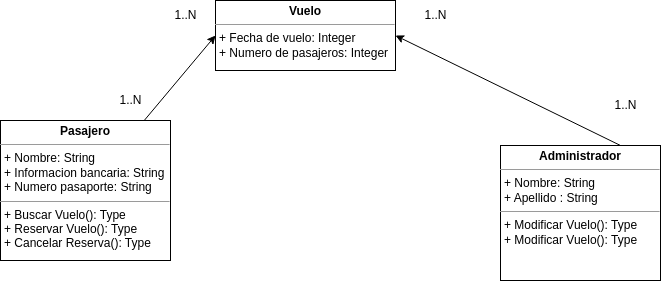
Before: Casos de uso/Reserva_de_vuelos/Diagrama clase.drawio.png, a diagram exported from draw.io (JVC0/ETS). Source tidied: cells renumbered, new cells last; positions are measured from the earlier drawing's top-left corner, leaving out a move shared by most shapes.
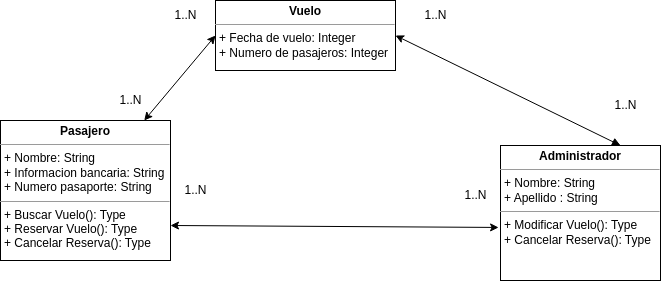
Above is the later version.

Diff of the diagram source:
```diff
@@ -2,7 +2,7 @@
   <root>
     <mxCell id="0" />
     <mxCell id="1" parent="0" />
-    <mxCell id="2" style="edgeStyle=none;html=1;entryX=0;entryY=0.5;entryDx=0;entryDy=0;" parent="1" edge="1" source="3" target="4">
+    <mxCell id="2" style="edgeStyle=none;html=1;entryX=0;entryY=0.5;entryDx=0;entryDy=0;startArrow=classic;startFill=1;" parent="1" edge="1" source="3" target="4">
       <mxGeometry relative="1" as="geometry" />
     </mxCell>
     <mxCell id="3" value="&lt;p style=&quot;margin:0px;margin-top:4px;text-align:center;&quot;&gt;&lt;b&gt;Pasajero&lt;/b&gt;&lt;/p&gt;&lt;hr size=&quot;1&quot;&gt;&lt;p style=&quot;margin:0px;margin-left:4px;&quot;&gt;+ Nombre: String&lt;/p&gt;&lt;p style=&quot;margin:0px;margin-left:4px;&quot;&gt;+ Informacion bancaria: String&lt;br&gt;&lt;/p&gt;&lt;p style=&quot;margin:0px;margin-left:4px;&quot;&gt;+ Numero pasaporte: String&lt;br&gt;&lt;/p&gt;&lt;hr size=&quot;1&quot;&gt;&lt;p style=&quot;margin:0px;margin-left:4px;&quot;&gt;+ Buscar Vuelo(): Type&lt;/p&gt;&lt;p style=&quot;margin:0px;margin-left:4px;&quot;&gt;+ Reservar Vuelo(): Type&lt;br&gt;&lt;/p&gt;&lt;p style=&quot;margin:0px;margin-left:4px;&quot;&gt;+ Cancelar Reserva(): Type&lt;br&gt;&lt;/p&gt;" style="verticalAlign=top;align=left;overflow=fill;fontSize=12;fontFamily=Helvetica;html=1;" parent="1" vertex="1">
@@ -11,10 +11,10 @@
     <mxCell id="4" value="&lt;p style=&quot;margin:0px;margin-top:4px;text-align:center;&quot;&gt;&lt;b&gt;Vuelo&lt;/b&gt;&lt;/p&gt;&lt;hr size=&quot;1&quot;&gt;&lt;p style=&quot;margin:0px;margin-left:4px;&quot;&gt;+ Fecha de vuelo: Integer&lt;/p&gt;&lt;p style=&quot;margin:0px;margin-left:4px;&quot;&gt;+ Numero de pasajeros: Integer&lt;/p&gt;&lt;p style=&quot;margin:0px;margin-left:4px;&quot;&gt;&lt;br&gt;&lt;/p&gt;" style="verticalAlign=top;align=left;overflow=fill;fontSize=12;fontFamily=Helvetica;html=1;" parent="1" vertex="1">
       <mxGeometry x="215" width="180" height="70" as="geometry" />
     </mxCell>
-    <mxCell id="5" style="edgeStyle=none;html=1;exitX=0.75;exitY=0;exitDx=0;exitDy=0;entryX=1;entryY=0.5;entryDx=0;entryDy=0;" parent="1" edge="1" source="6" target="4">
+    <mxCell id="5" style="edgeStyle=none;html=1;exitX=0.75;exitY=0;exitDx=0;exitDy=0;entryX=1;entryY=0.5;entryDx=0;entryDy=0;startArrow=block;startFill=1;" parent="1" edge="1" source="6" target="4">
       <mxGeometry relative="1" as="geometry" />
     </mxCell>
-    <mxCell id="6" value="&lt;p style=&quot;margin:0px;margin-top:4px;text-align:center;&quot;&gt;&lt;b&gt;Administrador&lt;/b&gt;&lt;/p&gt;&lt;hr size=&quot;1&quot;&gt;&lt;p style=&quot;margin:0px;margin-left:4px;&quot;&gt;+ Nombre: String&lt;/p&gt;&lt;p style=&quot;margin:0px;margin-left:4px;&quot;&gt;+ Apellido : String&lt;/p&gt;&lt;hr size=&quot;1&quot;&gt;&lt;p style=&quot;margin:0px;margin-left:4px;&quot;&gt;+ Modificar Vuelo(): Type&lt;/p&gt;&lt;p style=&quot;margin:0px;margin-left:4px;&quot;&gt;+ Modificar Vuelo(): Type&lt;br&gt;&lt;/p&gt;" style="verticalAlign=top;align=left;overflow=fill;fontSize=12;fontFamily=Helvetica;html=1;" parent="1" vertex="1">
+    <mxCell id="6" value="&lt;p style=&quot;margin:0px;margin-top:4px;text-align:center;&quot;&gt;&lt;b&gt;Administrador&lt;/b&gt;&lt;/p&gt;&lt;hr size=&quot;1&quot;&gt;&lt;p style=&quot;margin:0px;margin-left:4px;&quot;&gt;+ Nombre: String&lt;/p&gt;&lt;p style=&quot;margin:0px;margin-left:4px;&quot;&gt;+ Apellido : String&lt;/p&gt;&lt;hr size=&quot;1&quot;&gt;&lt;p style=&quot;margin:0px;margin-left:4px;&quot;&gt;+ Modificar Vuelo(): Type&lt;/p&gt;&lt;p style=&quot;margin:0px;margin-left:4px;&quot;&gt;+ Cancelar Reserva(): Type&lt;br&gt;&lt;/p&gt;" style="verticalAlign=top;align=left;overflow=fill;fontSize=12;fontFamily=Helvetica;html=1;" parent="1" vertex="1">
       <mxGeometry x="500" y="145" width="160" height="135" as="geometry" />
     </mxCell>
     <mxCell id="7" value="1..N" style="text;html=1;align=center;verticalAlign=middle;strokeColor=none;fillColor=none;" parent="1" vertex="1">
@@ -29,5 +29,14 @@
     <mxCell id="10" value="1..N" style="text;html=1;align=center;verticalAlign=middle;strokeColor=none;fillColor=none;" parent="1" vertex="1">
       <mxGeometry x="600" y="90" width="50" height="30" as="geometry" />
     </mxCell>
+    <mxCell id="11" style="edgeStyle=none;html=1;entryX=-0.012;entryY=0.607;entryDx=0;entryDy=0;startArrow=classic;startFill=1;entryPerimeter=0;exitX=1;exitY=0.75;exitDx=0;exitDy=0;" parent="1" edge="1" source="3" target="6">
+      <mxGeometry relative="1" as="geometry" />
+    </mxCell>
+    <mxCell id="12" value="1..N" style="text;html=1;align=center;verticalAlign=middle;strokeColor=none;fillColor=none;" parent="1" vertex="1">
+      <mxGeometry x="450" y="180" width="50" height="30" as="geometry" />
+    </mxCell>
+    <mxCell id="13" value="1..N" style="text;html=1;align=center;verticalAlign=middle;strokeColor=none;fillColor=none;" parent="1" vertex="1">
+      <mxGeometry x="170" y="175" width="50" height="30" as="geometry" />
+    </mxCell>
   </root>
 </mxGraphModel>
```
